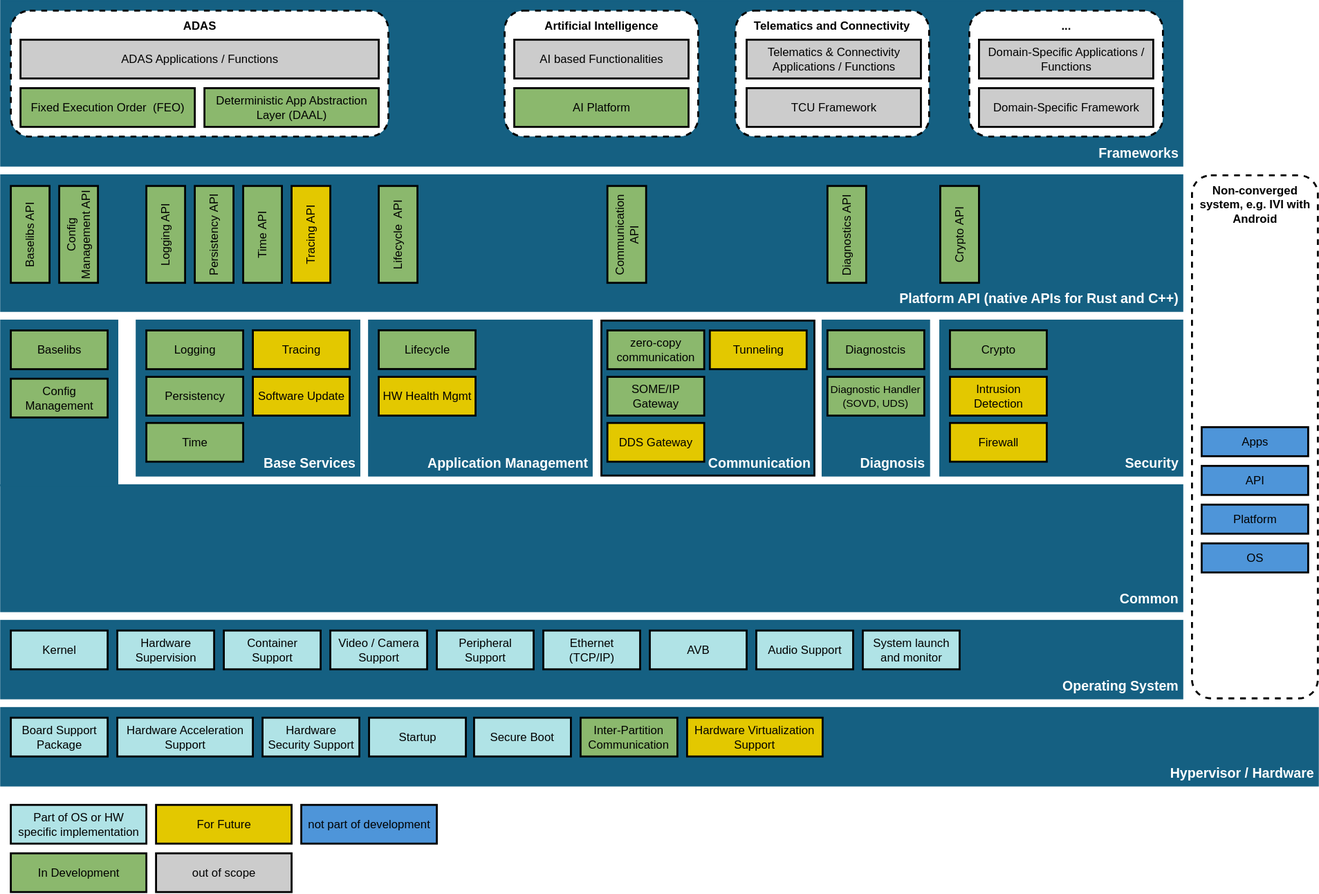
eclipse-score/score keeps this draw.io diagram as docs/architecture/_assets/platform_architecture.drawio.svg. Above is the earlier version. Source tidied: cells renumbered, new cells last; positions are measured from the earlier drawing's top-left corner, leaving out a move shared by most shapes.
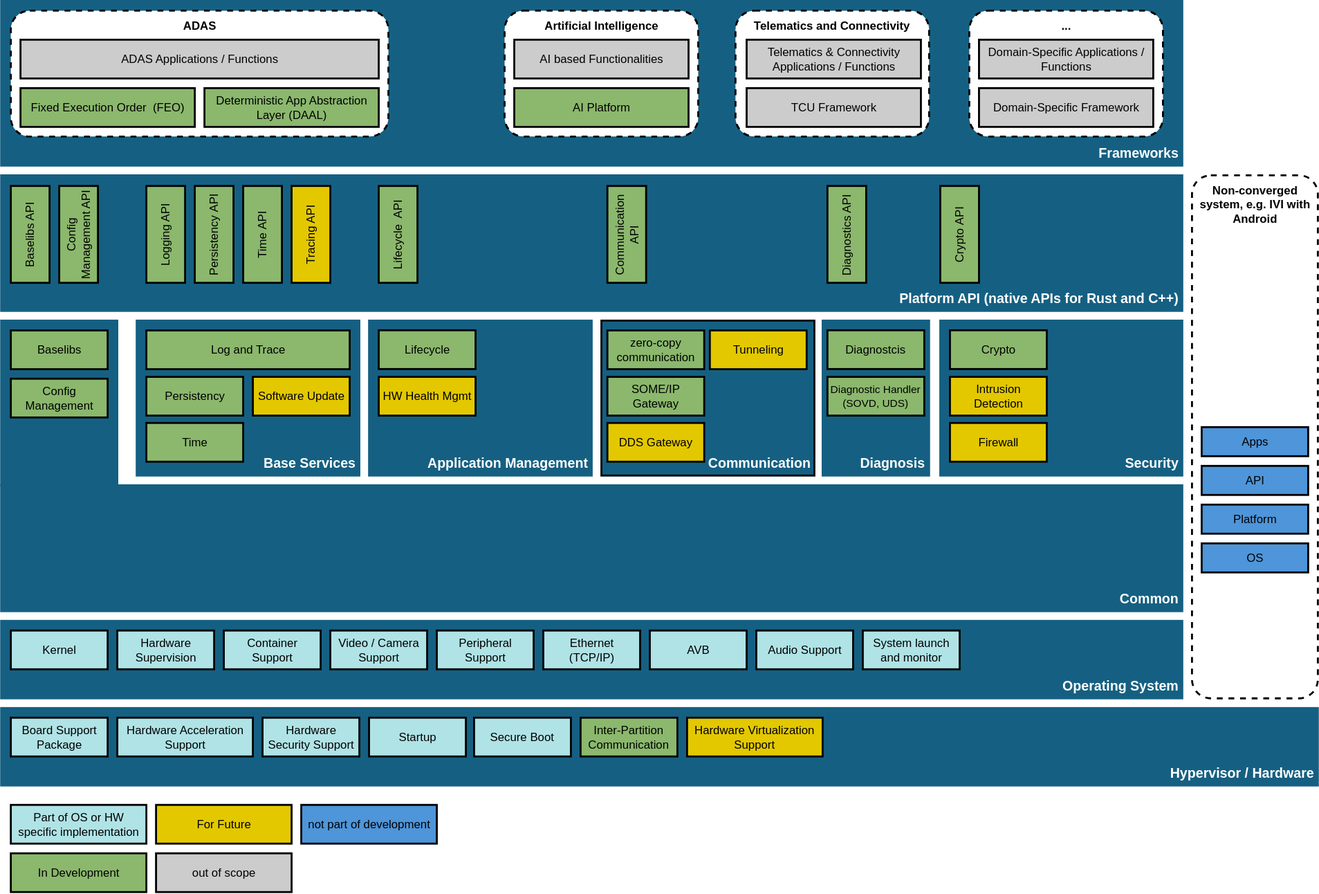
The same file after the commit.

Change to the diagram source:
```diff
@@ -120,8 +120,8 @@
     <mxCell id="41" value="HW Health Mgmt" style="rounded=0;whiteSpace=wrap;fillColor=#E3C800;strokeWidth=2;glass=0;shadow=0;strokeColor=#000000;spacingLeft=0;spacing=4;" parent="10" vertex="1">
       <mxGeometry x="410" y="388.1" width="100" height="40" as="geometry" />
     </mxCell>
-    <mxCell id="42" value="Logging" style="rounded=0;whiteSpace=wrap;fillColor=#8BB86D;strokeWidth=2;glass=0;shadow=0;strokeColor=default;spacingLeft=0;spacing=4;" parent="10" vertex="1">
-      <mxGeometry x="170" y="340.2" width="100" height="40" as="geometry" />
+    <mxCell id="42" value="Log and Trace" style="rounded=0;whiteSpace=wrap;fillColor=#8BB86D;strokeWidth=2;glass=0;shadow=0;strokeColor=default;spacingLeft=0;spacing=4;" parent="10" vertex="1">
+      <mxGeometry x="170" y="340.2" width="210" height="40" as="geometry" />
     </mxCell>
     <mxCell id="43" value="Software Update" style="rounded=0;whiteSpace=wrap;fillColor=#E3C800;strokeWidth=2;glass=0;shadow=0;strokeColor=#000000;align=center;verticalAlign=middle;spacingLeft=0;spacing=4;" parent="10" vertex="1">
       <mxGeometry x="280" y="388.1" width="100" height="40" as="geometry" />
@@ -222,9 +222,6 @@
     <mxCell id="75" value="System launch and monitor" style="rounded=0;whiteSpace=wrap;fillColor=#b0e3e6;strokeWidth=2;glass=0;shadow=0;strokeColor=#000000;spacingLeft=0;spacing=4;" parent="10" vertex="1">
       <mxGeometry x="910" y="650" width="100" height="40" as="geometry" />
     </mxCell>
-    <mxCell id="76" value="Tracing" style="rounded=0;whiteSpace=wrap;fillColor=#E3C800;strokeWidth=2;glass=0;shadow=0;strokeColor=#000000;spacingLeft=0;spacing=4;" parent="10" vertex="1">
-      <mxGeometry x="280" y="340" width="100" height="40" as="geometry" />
-    </mxCell>
     <mxCell id="77" value="Baselibs API" style="rounded=0;whiteSpace=wrap;fillColor=#8BB86D;strokeWidth=2;glass=0;shadow=0;strokeColor=default;spacingLeft=0;spacing=4;rotation=-90;" parent="10" vertex="1">
       <mxGeometry y="221" width="100" height="40" as="geometry" />
     </mxCell>
```
